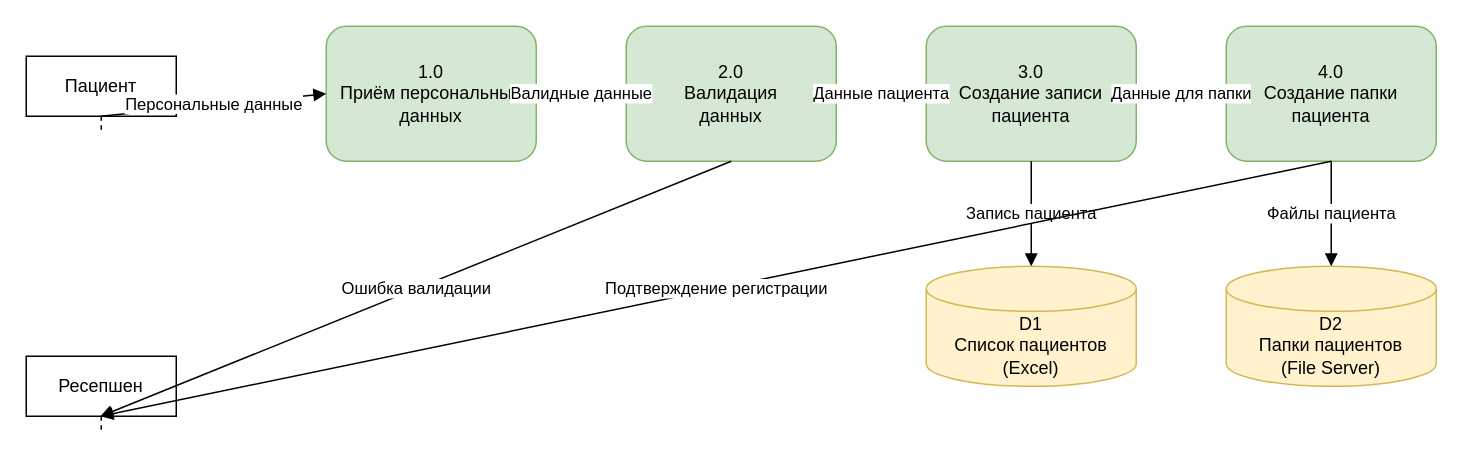
The draw.io diagram Task1/DFD_Level1_Регистрация_пациента.drawio in practicumstudent2025/architecture-medikamente, before the edit. Source tidied: cells renumbered, new cells numbered last; positions are measured from the earlier drawing's top-left corner, leaving out a move shared by most shapes. Both pictures are drawn from the tidied source at 150%, with x=0, y=0 at pixel (26, 26).
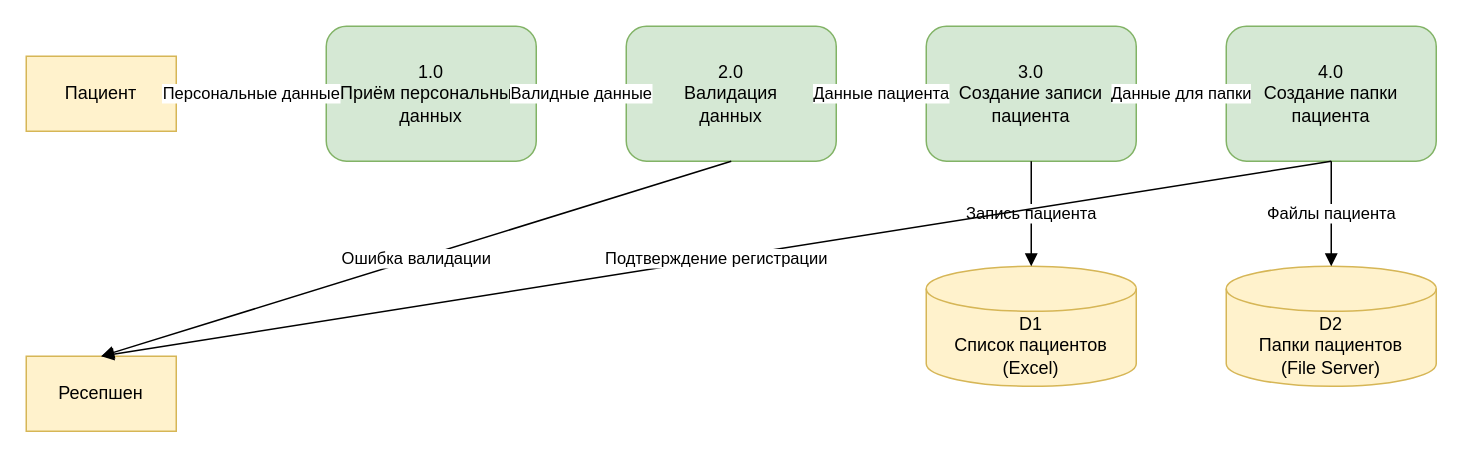
Above is the later version.

What changed in the source:
```diff
@@
 <mxGraphModel>
   <root>
     <mxCell id="0" />
     <mxCell id="1" parent="0" />
-    <mxCell id="2" value="Пациент" style="shape=umlLifeline;perimeter=lifelinePerimeter;whiteSpace=wrap;html=1;outlineConnect=0;" parent="1" vertex="1">
+    <mxCell id="2" value="Пациент" style="rounded=0;whiteSpace=wrap;html=1;fillColor=#fff2cc;strokeColor=#d6b656;" parent="1" vertex="1">
       <mxGeometry y="20" width="100" height="50" as="geometry" />
     </mxCell>
-    <mxCell id="3" value="Ресепшен" style="shape=umlLifeline;perimeter=lifelinePerimeter;whiteSpace=wrap;html=1;outlineConnect=0;" parent="1" vertex="1">
+    <mxCell id="3" value="Ресепшен" style="rounded=0;whiteSpace=wrap;html=1;fillColor=#fff2cc;strokeColor=#d6b656;" parent="1" vertex="1">
       <mxGeometry y="220" width="100" height="50" as="geometry" />
     </mxCell>
     <mxCell id="4" value="1.0&#10;Приём персональных&#10;данных" style="rounded=1;whiteSpace=wrap;html=1;fillColor=#d5e8d4;strokeColor=#82b366;" parent="1" vertex="1">
       <mxGeometry x="200" width="140" height="90" as="geometry" />
     </mxCell>
     <mxCell id="5" value="2.0&#10;Валидация&#10;данных" style="rounded=1;whiteSpace=wrap;html=1;fillColor=#d5e8d4;strokeColor=#82b366;" parent="1" vertex="1">
       <mxGeometry x="400" width="140" height="90" as="geometry" />
     </mxCell>
     <mxCell id="6" value="3.0&#10;Создание записи&#10;пациента" style="rounded=1;whiteSpace=wrap;html=1;fillColor=#d5e8d4;strokeColor=#82b366;" parent="1" vertex="1">
       <mxGeometry x="600" width="140" height="90" as="geometry" />
     </mxCell>
     <mxCell id="7" value="4.0&#10;Создание папки&#10;пациента" style="rounded=1;whiteSpace=wrap;html=1;fillColor=#d5e8d4;strokeColor=#82b366;" parent="1" vertex="1">
       <mxGeometry x="800" width="140" height="90" as="geometry" />
     </mxCell>
     <mxCell id="8" value="D1&#10;Список пациентов&#10;(Excel)" style="shape=cylinder3;whiteSpace=wrap;html=1;boundedLbl=1;backgroundOutline=1;size=15;fillColor=#fff2cc;strokeColor=#d6b656;" parent="1" vertex="1">
       <mxGeometry x="600" y="160" width="140" height="80" as="geometry" />
     </mxCell>
     <mxCell id="9" value="D2&#10;Папки пациентов&#10;(File Server)" style="shape=cylinder3;whiteSpace=wrap;html=1;boundedLbl=1;backgroundOutline=1;size=15;fillColor=#fff2cc;strokeColor=#d6b656;" parent="1" vertex="1">
       <mxGeometry x="800" y="160" width="140" height="80" as="geometry" />
     </mxCell>
     <mxCell id="10" value="Персональные данные" style="endArrow=block;endFill=1;html=1;rounded=0;exitX=1;exitY=0.5;exitDx=0;exitDy=0;entryX=0;entryY=0.5;entryDx=0;entryDy=0;" parent="1" edge="1" source="2" target="4">
       <mxGeometry relative="1" as="geometry" />
     </mxCell>
     <mxCell id="11" value="Валидные данные" style="endArrow=block;endFill=1;html=1;rounded=0;exitX=1;exitY=0.5;exitDx=0;exitDy=0;entryX=0;entryY=0.5;entryDx=0;entryDy=0;" parent="1" edge="1" source="4" target="5">
       <mxGeometry relative="1" as="geometry" />
     </mxCell>
     <mxCell id="12" value="Данные пациента" style="endArrow=block;endFill=1;html=1;rounded=0;exitX=1;exitY=0.5;exitDx=0;exitDy=0;entryX=0;entryY=0.5;entryDx=0;entryDy=0;" parent="1" edge="1" source="5" target="6">
       <mxGeometry relative="1" as="geometry" />
     </mxCell>
     <mxCell id="13" value="Запись пациента" style="endArrow=block;endFill=1;html=1;rounded=0;exitX=0.5;exitY=1;exitDx=0;exitDy=0;entryX=0.5;entryY=0;entryDx=0;entryDy=0;" parent="1" edge="1" source="6" target="8">
       <mxGeometry relative="1" as="geometry" />
     </mxCell>
     <mxCell id="14" value="Данные для папки" style="endArrow=block;endFill=1;html=1;rounded=0;exitX=1;exitY=0.5;exitDx=0;exitDy=0;entryX=0;entryY=0.5;entryDx=0;entryDy=0;" parent="1" edge="1" source="6" target="7">
       <mxGeometry relative="1" as="geometry" />
     </mxCell>
     <mxCell id="15" value="Файлы пациента" style="endArrow=block;endFill=1;html=1;rounded=0;exitX=0.5;exitY=1;exitDx=0;exitDy=0;entryX=0.5;entryY=0;entryDx=0;entryDy=0;" parent="1" edge="1" source="7" target="9">
       <mxGeometry relative="1" as="geometry" />
     </mxCell>
     <mxCell id="16" value="Ошибка валидации" style="endArrow=block;endFill=1;html=1;rounded=0;exitX=0.5;exitY=1;exitDx=0;exitDy=0;entryX=0.5;entryY=0;entryDx=0;entryDy=0;" parent="1" edge="1" source="5" target="3">
       <mxGeometry relative="1" as="geometry" />
     </mxCell>
     <mxCell id="17" value="Подтверждение регистрации" style="endArrow=block;endFill=1;html=1;rounded=0;exitX=0.5;exitY=1;exitDx=0;exitDy=0;entryX=0.5;entryY=0;entryDx=0;entryDy=0;" parent="1" edge="1" source="7" target="3">
       <mxGeometry relative="1" as="geometry" />
     </mxCell>
   </root>
 </mxGraphModel>
```
